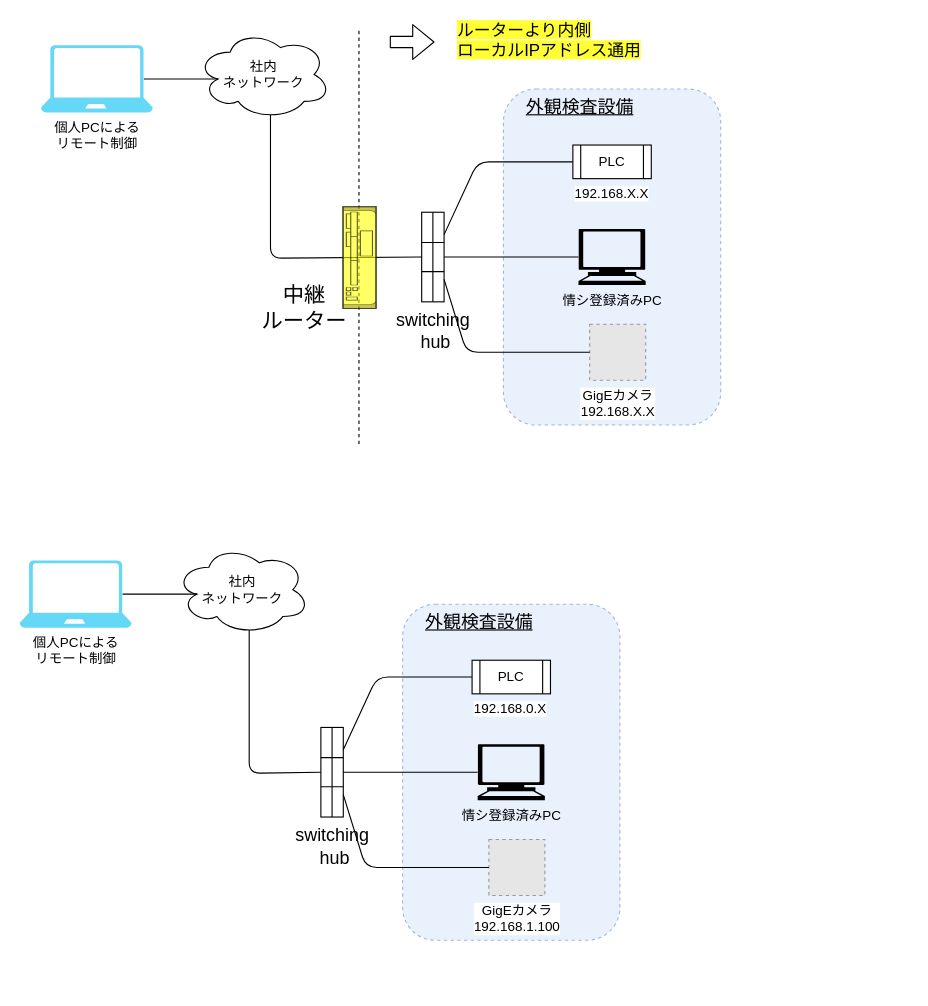
Above: images/net.drawio in Flamingo-G/hello-world (draw.io), before the change. Source tidied: cells renumbered, new cells numbered last; positions are measured from the earlier drawing's top-left corner, leaving out a move shared by most shapes. Both pictures are drawn from the tidied source at 112%, with x=0, y=0 at pixel (19, 22). Pictures stored in the file or linked from it are replaced by grey dashed boxes.
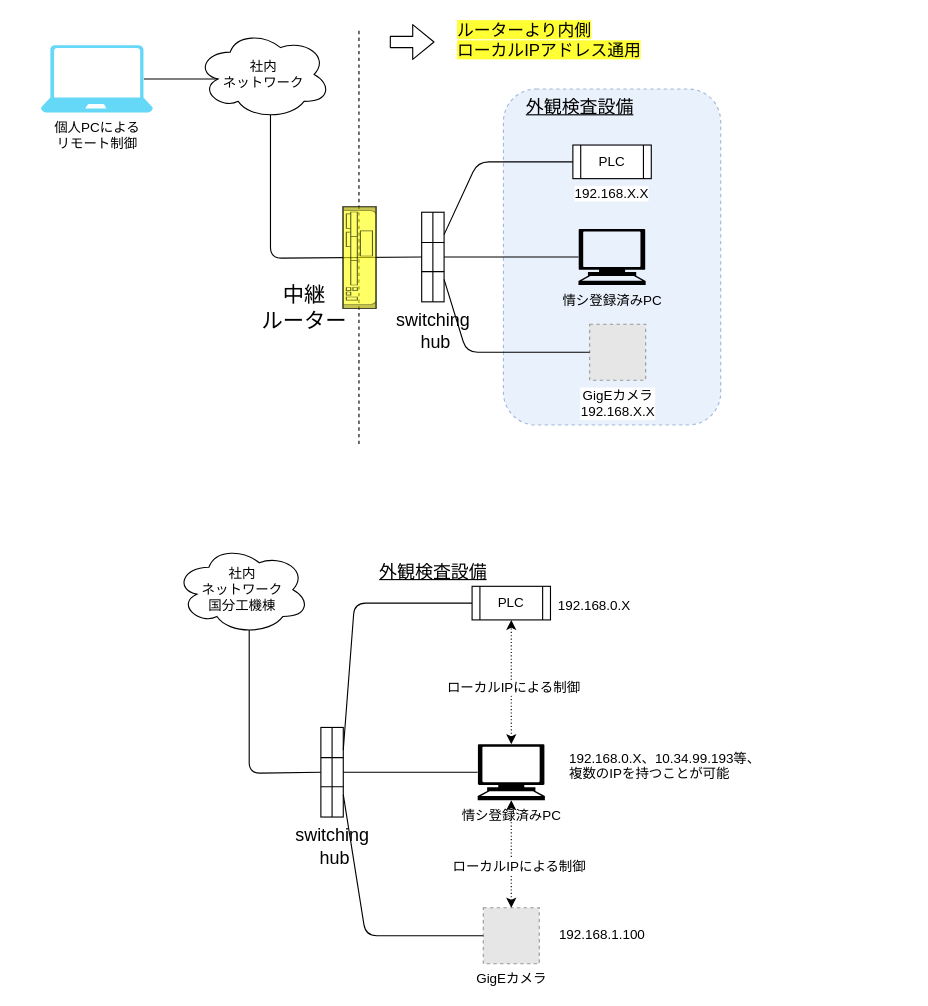
After the change.

Commit message:
net.drawio を更新します

Unchanged cells that the change refers to:
```xml
<mxCell id="25" value="情シ登録済みPC" style="shape=mxgraph.signs.tech.computer;html=1;fillColor=#000000;strokeColor=none;verticalLabelPosition=bottom;verticalAlign=top;align=center;" parent="1" vertex="1">
  <mxGeometry x="409" y="644" width="60" height="50" as="geometry" />
</mxCell>
<mxCell id="27" style="shape=process;whiteSpace=wrap;html=1;backgroundOutline=1;size=0.3333333333333333;rotation=90;fillColor=#FFFFFF;" parent="1" vertex="1">
  <mxGeometry x="239" y="659" width="80" height="20" as="geometry" />
</mxCell>
```

What changed in the source:
```diff
@@
-    <mxCell id="24" style="rounded=1;whiteSpace=wrap;html=1;dashed=1;labelBackgroundColor=none;fillColor=#dae8fc;strokeColor=#6c8ebf;opacity=60;" parent="1" vertex="1">
-      <mxGeometry x="342" y="519" width="194" height="300" as="geometry" />
-    </mxCell>
@@
-    <mxCell id="26" value="社内&lt;br&gt;ネットワーク" style="ellipse;shape=cloud;whiteSpace=wrap;html=1;" parent="1" vertex="1">
+    <mxCell id="26" value="社内&lt;br&gt;ネットワーク&lt;br&gt;国分工機棟" style="ellipse;shape=cloud;whiteSpace=wrap;html=1;" parent="1" vertex="1">
       <mxGeometry x="139" y="466" width="120" height="80" as="geometry" />
     </mxCell>
@@
-    <mxCell id="28" value="GigEカメラ&lt;br&gt;192.168.1.100" style="fillColor=#E6E6E6;strokeColor=#999999;dashed=1;html=1;verticalAlign=top;verticalLabelPosition=bottom;labelBackgroundColor=#ffffff;" parent="1" vertex="1">
-      <mxGeometry x="419" y="729" width="50" height="50" as="geometry" />
+    <mxCell id="28" value="GigEカメラ" style="fillColor=#E6E6E6;strokeColor=#999999;dashed=1;html=1;verticalAlign=top;verticalLabelPosition=bottom;labelBackgroundColor=#ffffff;" parent="1" vertex="1">
+      <mxGeometry x="414" y="790" width="50" height="50" as="geometry" />
     </mxCell>
     <mxCell id="29" style="endArrow=none;html=1;entryX=0;entryY=0.5;entryDx=0;entryDy=0;exitX=0.25;exitY=0;exitDx=0;exitDy=0;" parent="1" edge="1" source="27" target="34">
       <mxGeometry relative="1" as="geometry">
         <Array as="points">
-          <mxPoint x="319" y="584" />
+          <mxPoint x="299" y="518" />
         </Array>
       </mxGeometry>
     </mxCell>
     <mxCell id="30" style="endArrow=none;html=1;entryX=0;entryY=0.5;entryDx=0;entryDy=0;exitX=0.75;exitY=0;exitDx=0;exitDy=0;" parent="1" edge="1" source="27" target="28">
       <mxGeometry relative="1" as="geometry">
         <Array as="points">
-          <mxPoint x="309" y="754" />
+          <mxPoint x="309" y="815" />
         </Array>
       </mxGeometry>
     </mxCell>
@@
     <mxCell id="34" value="PLC" style="shape=process;whiteSpace=wrap;html=1;backgroundOutline=1;" parent="1" vertex="1">
-      <mxGeometry x="404" y="569" width="70" height="30" as="geometry" />
+      <mxGeometry x="404" y="503" width="70" height="30" as="geometry" />
     </mxCell>
     <mxCell id="35" value="&lt;span style=&quot;color: rgb(0 , 0 , 0) ; font-family: &amp;#34;helvetica&amp;#34; ; font-size: 12px ; font-style: normal ; font-weight: 400 ; letter-spacing: normal ; text-align: center ; text-indent: 0px ; text-transform: none ; word-spacing: 0px ; background-color: rgb(255 , 255 , 255) ; display: inline ; float: none&quot;&gt;192.168.0.X&lt;/span&gt;" style="text;whiteSpace=wrap;html=1;" parent="1" vertex="1">
-      <mxGeometry x="404" y="599" width="90" height="20" as="geometry" />
+      <mxGeometry x="479" y="507" width="90" height="20" as="geometry" />
     </mxCell>
-    <mxCell id="36" style="edgeStyle=orthogonalEdgeStyle;rounded=0;orthogonalLoop=1;jettySize=auto;html=1;exitX=0.5;exitY=1;exitDx=0;exitDy=0;" parent="1" edge="1" source="24" target="24">
-      <mxGeometry relative="1" as="geometry" />
+    <mxCell id="36" style="edgeStyle=orthogonalEdgeStyle;rounded=0;orthogonalLoop=1;jettySize=auto;html=1;exitX=0.5;exitY=1;exitDx=0;exitDy=0;" parent="1" edge="1">
+      <mxGeometry relative="1" as="geometry">
+        <mxPoint x="786" y="750" as="sourcePoint" />
+        <mxPoint x="786" y="750" as="targetPoint" />
+      </mxGeometry>
     </mxCell>
     <mxCell id="37" value="&lt;font style=&quot;font-size: 16px&quot;&gt;&lt;u&gt;外観検査設備&lt;/u&gt;&lt;/font&gt;" style="text;html=1;align=center;verticalAlign=middle;" parent="1" vertex="1">
-      <mxGeometry x="355" y="525" width="110" height="20" as="geometry" />
+      <mxGeometry x="314" y="480" width="110" height="20" as="geometry" />
     </mxCell>
-    <mxCell id="38" value="個人PCによる&lt;br&gt;リモート制御" style="verticalLabelPosition=bottom;html=1;verticalAlign=top;align=center;strokeColor=none;fillColor=#00BEF2;shape=mxgraph.azure.laptop;dashed=1;labelBackgroundColor=none;opacity=60;" parent="1" vertex="1">
-      <mxGeometry y="480" width="100" height="60" as="geometry" />
-    </mxCell>
-    <mxCell id="39" style="endArrow=none;html=1;entryX=0.92;entryY=0.5;entryDx=0;entryDy=0;entryPerimeter=0;exitX=0.16;exitY=0.55;exitDx=0;exitDy=0;exitPerimeter=0;" parent="1" edge="1" source="26" target="38">
-      <mxGeometry relative="1" as="geometry" />
-    </mxCell>
@@
+    <mxCell id="41" value="&lt;span style=&quot;color: rgb(0 , 0 , 0) ; font-family: &amp;#34;helvetica&amp;#34; ; font-size: 12px ; font-style: normal ; font-weight: 400 ; letter-spacing: normal ; text-align: center ; text-indent: 0px ; text-transform: none ; word-spacing: 0px ; background-color: rgb(255 , 255 , 255) ; display: inline ; float: none&quot;&gt;192.168.0.X、10.34.99.193等、複数のIPを持つことが可能&lt;br&gt;&lt;/span&gt;" style="text;whiteSpace=wrap;html=1;" parent="1" vertex="1">
+      <mxGeometry x="489" y="643" width="184" height="36" as="geometry" />
+    </mxCell>
+    <mxCell id="42" style="endArrow=classic;startArrow=classic;html=1;exitX=0.5;exitY=0;exitDx=0;exitDy=0;entryX=0.5;entryY=1;entryDx=0;entryDy=0;entryPerimeter=0;dashed=1;dashPattern=1 2;" parent="1" edge="1" source="28" target="25">
+      <mxGeometry relative="1" as="geometry" />
+    </mxCell>
+    <mxCell id="43" style="endArrow=classic;startArrow=classic;html=1;exitX=0.5;exitY=0;exitDx=0;exitDy=0;dashed=1;dashPattern=1 2;exitPerimeter=0;entryX=0.5;entryY=1;entryDx=0;entryDy=0;" parent="1" edge="1" source="25" target="34">
+      <mxGeometry relative="1" as="geometry" />
+    </mxCell>
+    <mxCell id="44" value="&lt;span style=&quot;color: rgb(0 , 0 , 0) ; font-family: &amp;#34;helvetica&amp;#34; ; font-size: 12px ; font-style: normal ; font-weight: 400 ; letter-spacing: normal ; text-align: center ; text-indent: 0px ; text-transform: none ; word-spacing: 0px ; background-color: rgb(255 , 255 , 255) ; display: inline ; float: none&quot;&gt;ローカルIPによる制御&lt;br&gt;&lt;/span&gt;" style="text;whiteSpace=wrap;html=1;" parent="1" vertex="1">
+      <mxGeometry x="380" y="580" width="184" height="36" as="geometry" />
+    </mxCell>
+    <mxCell id="45" value="&lt;span style=&quot;color: rgb(0 , 0 , 0) ; font-family: &amp;#34;helvetica&amp;#34; ; font-size: 12px ; font-style: normal ; font-weight: 400 ; letter-spacing: normal ; text-align: center ; text-indent: 0px ; text-transform: none ; word-spacing: 0px ; background-color: rgb(255 , 255 , 255) ; display: inline ; float: none&quot;&gt;ローカルIPによる制御&lt;br&gt;&lt;/span&gt;" style="text;whiteSpace=wrap;html=1;" parent="1" vertex="1">
+      <mxGeometry x="385" y="740" width="184" height="36" as="geometry" />
+    </mxCell>
+    <mxCell id="46" value="&lt;span style=&quot;color: rgb(0, 0, 0); font-family: helvetica; font-size: 12px; font-style: normal; font-weight: 400; letter-spacing: normal; text-align: center; text-indent: 0px; text-transform: none; word-spacing: 0px; background-color: rgb(255, 255, 255); display: inline; float: none;&quot;&gt;192.168.1.100&lt;/span&gt;" style="text;whiteSpace=wrap;html=1;" parent="1" vertex="1">
+      <mxGeometry x="480" y="800" width="100" height="30" as="geometry" />
+    </mxCell>
```
